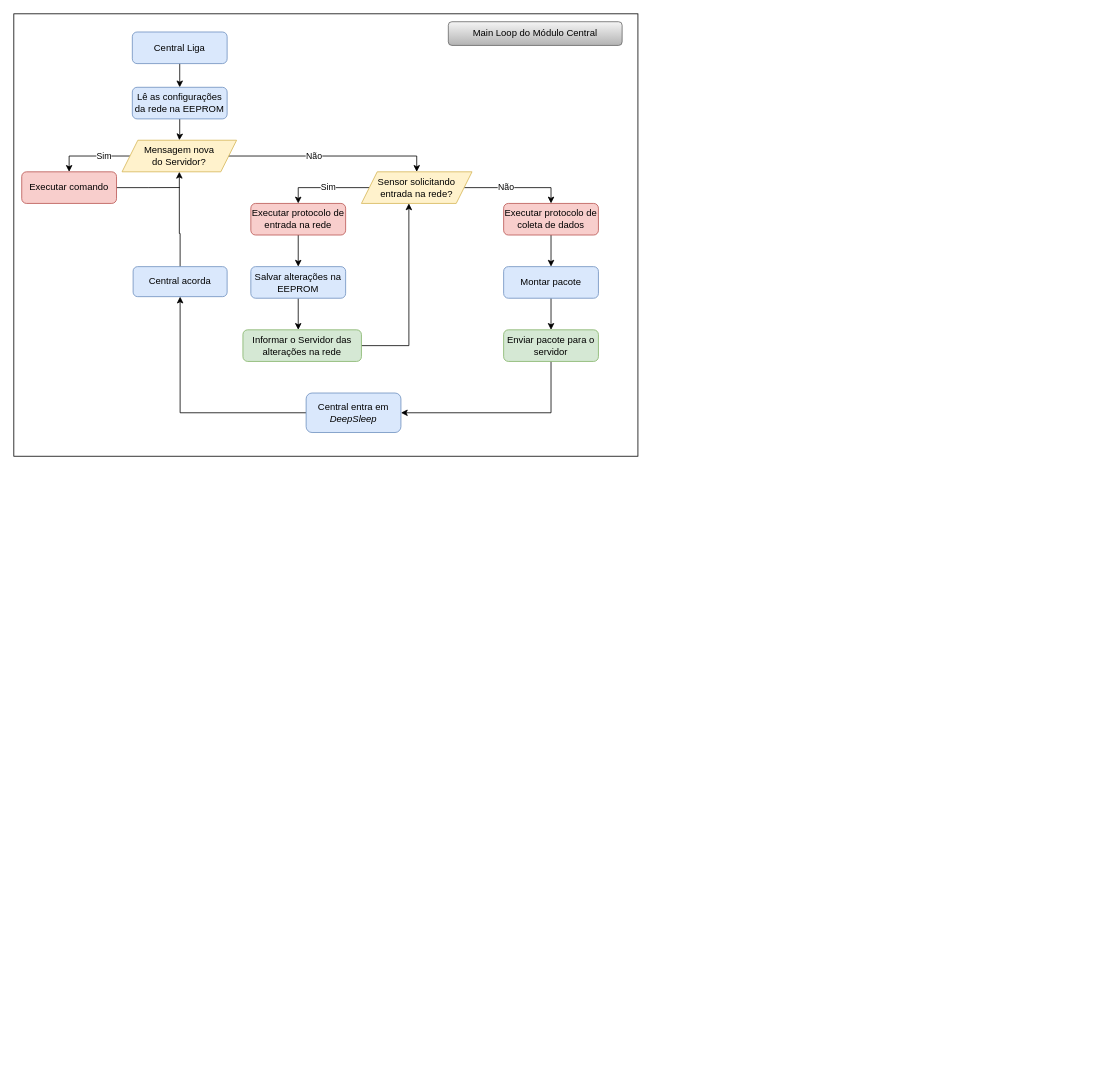
This is Images_schematics_and_stuff_im_afraid_to_lose/DrawIO TCC/Protocolo_comunicação_central.drawio from LeonardoSilvestrin/TCC, a draw.io file, before an edit. Source tidied: cells renumbered, new cells numbered last; positions are measured from the earlier drawing's top-left corner, leaving out a move shared by most shapes. Both pictures are drawn from the tidied source at 79%, with x=0, y=0 at pixel (13, 13).
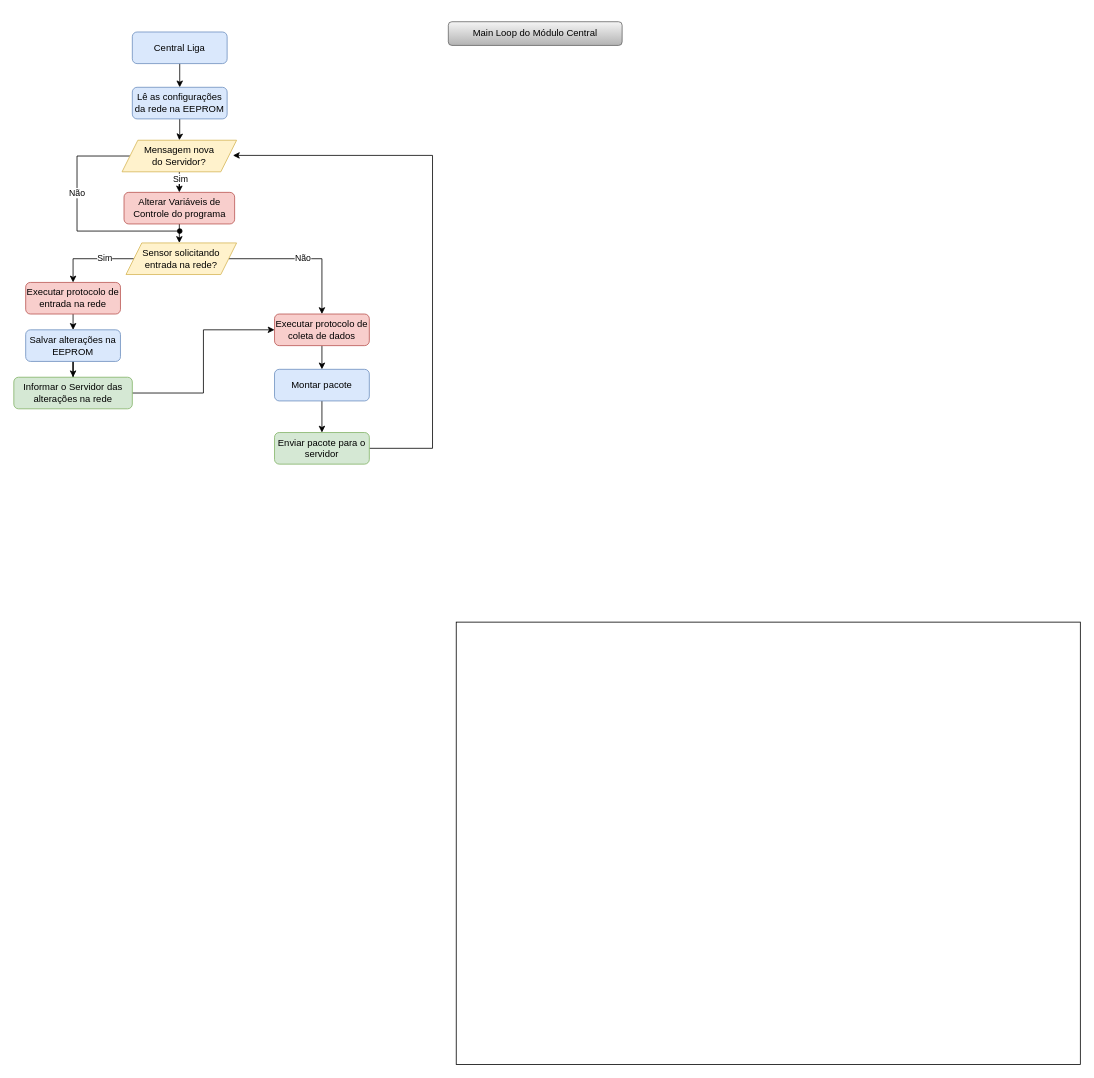
Above is the later version.

Commit message (it also covers changes not shown here):
irrigador e central comunicando corretamente

Unchanged cells that the change refers to:
```xml
<mxCell id="9" value="&lt;div&gt;Mensagem nova &lt;br&gt;&lt;/div&gt;&lt;div&gt;do Servidor?&lt;/div&gt;" style="shape=parallelogram;perimeter=parallelogramPerimeter;whiteSpace=wrap;html=1;fixedSize=1;fillColor=#fff2cc;strokeColor=#d6b656;" parent="1" vertex="1">
  <mxGeometry x="137" y="160" width="145" height="40" as="geometry" />
</mxCell>
```

The edit, as a diff of the source:
```diff
@@
     <mxCell id="2" style="rounded=0;whiteSpace=wrap;html=1;" parent="1" vertex="1">
-      <mxGeometry width="790" height="560" as="geometry" />
+      <mxGeometry x="560" y="770" width="790" height="560" as="geometry" />
     </mxCell>
@@
-    <mxCell id="7" value="Sim" style="edgeStyle=orthogonalEdgeStyle;rounded=0;jettySize=auto;html=1;entryX=0.5;entryY=0;entryDx=0;entryDy=0;exitX=0;exitY=0.5;exitDx=0;exitDy=0;" parent="1" edge="1" source="9" target="11">
-      <mxGeometry x="-0.31" relative="1" as="geometry" />
+    <mxCell id="7" style="edgeStyle=orthogonalEdgeStyle;rounded=0;jettySize=auto;html=1;entryX=0.5;entryY=0;entryDx=0;entryDy=0;" parent="1" edge="1" source="9" target="11">
+      <mxGeometry relative="1" as="geometry" />
     </mxCell>
-    <mxCell id="8" value="Não" style="edgeStyle=orthogonalEdgeStyle;rounded=0;jettySize=auto;html=1;exitX=1;exitY=0.5;exitDx=0;exitDy=0;entryX=0.5;entryY=0;entryDx=0;entryDy=0;" parent="1" edge="1" target="18">
-      <mxGeometry x="-0.11" relative="1" as="geometry">
-        <mxPoint x="264" y="185" as="sourcePoint" />
-        <Array as="points">
-          <mxPoint x="264" y="180" />
-          <mxPoint x="510" y="180" />
-        </Array>
-      </mxGeometry>
-    </mxCell>
+    <mxCell id="32" value="Sim" style="edgeLabel;html=1;align=center;verticalAlign=middle;" parent="7" vertex="1">
+      <mxGeometry x="0.25" y="1" relative="1" as="geometry">
+        <mxPoint y="2" as="offset" />
+      </mxGeometry>
+    </mxCell>
+    <mxCell id="33" value="Não" style="edgeStyle=orthogonalEdgeStyle;rounded=0;jettySize=auto;html=1;endArrow=oval;endFill=1;exitX=0;exitY=0.5;exitDx=0;exitDy=0;" parent="1" edge="1" source="9">
+      <mxGeometry x="-0.22" relative="1" as="geometry">
+        <mxPoint x="210" y="275" as="targetPoint" />
+        <Array as="points">
+          <mxPoint x="80" y="180" />
+          <mxPoint x="80" y="275" />
+        </Array>
+      </mxGeometry>
+    </mxCell>
@@
-    <mxCell id="10" style="edgeStyle=orthogonalEdgeStyle;rounded=0;jettySize=auto;html=1;exitX=1;exitY=0.5;exitDx=0;exitDy=0;endArrow=none;endFill=0;" parent="1" edge="1" source="11">
-      <mxGeometry relative="1" as="geometry">
-        <mxPoint x="210" y="219.9" as="targetPoint" />
-      </mxGeometry>
-    </mxCell>
+    <mxCell id="34" style="edgeStyle=orthogonalEdgeStyle;rounded=0;jettySize=auto;html=1;entryX=0.5;entryY=0;entryDx=0;entryDy=0;" parent="1" edge="1" source="11">
+      <mxGeometry relative="1" as="geometry">
+        <mxPoint x="209.5" y="290" as="targetPoint" />
+      </mxGeometry>
+    </mxCell>
-    <mxCell id="11" value="Executar comando" style="rounded=1;whiteSpace=wrap;html=1;fontSize=12;glass=0;strokeWidth=1;shadow=0;fillColor=#f8cecc;strokeColor=#b85450;" parent="1" vertex="1">
-      <mxGeometry x="10" y="200" width="120" height="40" as="geometry" />
+    <mxCell id="11" value="Alterar Variáveis de Controle do programa" style="rounded=1;whiteSpace=wrap;html=1;fontSize=12;glass=0;strokeWidth=1;shadow=0;fillColor=#f8cecc;strokeColor=#b85450;" parent="1" vertex="1">
+      <mxGeometry x="139.5" y="226" width="140" height="40" as="geometry" />
     </mxCell>
@@
     <mxCell id="13" value="Executar protocolo de coleta de dados" style="rounded=1;whiteSpace=wrap;html=1;fontSize=12;glass=0;strokeWidth=1;shadow=0;fillColor=#f8cecc;strokeColor=#b85450;" parent="1" vertex="1">
-      <mxGeometry x="620" y="240" width="120" height="40" as="geometry" />
+      <mxGeometry x="330" y="380" width="120" height="40" as="geometry" />
     </mxCell>
@@
     <mxCell id="15" value="Montar pacote" style="rounded=1;whiteSpace=wrap;html=1;fontSize=12;glass=0;strokeWidth=1;shadow=0;fillColor=#dae8fc;strokeColor=#6c8ebf;" parent="1" vertex="1">
-      <mxGeometry x="620" y="320" width="120" height="40" as="geometry" />
+      <mxGeometry x="330" y="450" width="120" height="40" as="geometry" />
     </mxCell>
+    <mxCell id="17" value="Sim" style="edgeStyle=orthogonalEdgeStyle;rounded=0;jettySize=auto;html=1;entryX=0.5;entryY=0;entryDx=0;entryDy=0;" parent="1" edge="1" source="18" target="22">
+      <mxGeometry x="-0.31" relative="1" as="geometry" />
+    </mxCell>
     <mxCell id="16" value="Não" style="edgeStyle=orthogonalEdgeStyle;rounded=0;jettySize=auto;html=1;exitX=1;exitY=0.5;exitDx=0;exitDy=0;entryX=0.5;entryY=0;entryDx=0;entryDy=0;" parent="1" edge="1" source="18" target="13">
-      <mxGeometry x="-0.18" relative="1" as="geometry">
-        <Array as="points">
-          <mxPoint x="680" y="220" />
-        </Array>
-      </mxGeometry>
+      <mxGeometry relative="1" as="geometry" />
     </mxCell>
-    <mxCell id="17" value="Sim" style="edgeStyle=orthogonalEdgeStyle;rounded=0;jettySize=auto;html=1;entryX=0.5;entryY=0;entryDx=0;entryDy=0;exitX=0;exitY=0.5;exitDx=0;exitDy=0;" parent="1" edge="1" source="18" target="22">
-      <mxGeometry x="-0.05" relative="1" as="geometry">
-        <Array as="points">
-          <mxPoint x="360" y="220" />
-        </Array>
-      </mxGeometry>
-    </mxCell>
     <mxCell id="18" value="Sensor solicitando entrada na rede?" style="shape=parallelogram;perimeter=parallelogramPerimeter;whiteSpace=wrap;html=1;fixedSize=1;fillColor=#fff2cc;strokeColor=#d6b656;" parent="1" vertex="1">
-      <mxGeometry x="440" y="200" width="140" height="40" as="geometry" />
+      <mxGeometry x="142" y="290" width="140" height="40" as="geometry" />
     </mxCell>
-    <mxCell id="19" style="edgeStyle=orthogonalEdgeStyle;rounded=0;jettySize=auto;html=1;entryX=1;entryY=0.5;entryDx=0;entryDy=0;" parent="1" edge="1" source="20" target="28">
-      <mxGeometry relative="1" as="geometry">
-        <Array as="points">
-          <mxPoint x="680" y="505" />
-        </Array>
-      </mxGeometry>
-    </mxCell>
+    <mxCell id="35" style="edgeStyle=orthogonalEdgeStyle;rounded=0;jettySize=auto;html=1;entryX=0.968;entryY=0.48;entryDx=0;entryDy=0;entryPerimeter=0;" parent="1" edge="1" source="20" target="9">
+      <mxGeometry relative="1" as="geometry">
+        <Array as="points">
+          <mxPoint x="530" y="550" />
+          <mxPoint x="530" y="179" />
+        </Array>
+      </mxGeometry>
+    </mxCell>
     <mxCell id="20" value="Enviar pacote para o servidor" style="rounded=1;whiteSpace=wrap;html=1;fontSize=12;glass=0;strokeWidth=1;shadow=0;fillColor=#d5e8d4;strokeColor=#82b366;" parent="1" vertex="1">
-      <mxGeometry x="620" y="400" width="120" height="40" as="geometry" />
+      <mxGeometry x="330" y="530" width="120" height="40" as="geometry" />
     </mxCell>
     <mxCell id="21" style="edgeStyle=orthogonalEdgeStyle;rounded=0;jettySize=auto;html=1;entryX=0.5;entryY=0;entryDx=0;entryDy=0;" parent="1" edge="1" source="22" target="24">
-      <mxGeometry relative="1" as="geometry" />
+      <mxGeometry relative="1" as="geometry">
+        <Array as="points">
+          <mxPoint x="75" y="390" />
+          <mxPoint x="75" y="390" />
+        </Array>
+      </mxGeometry>
     </mxCell>
     <mxCell id="22" value="Executar protocolo de entrada na rede" style="rounded=1;whiteSpace=wrap;html=1;fontSize=12;glass=0;strokeWidth=1;shadow=0;fillColor=#f8cecc;strokeColor=#b85450;" parent="1" vertex="1">
-      <mxGeometry x="300" y="240" width="120" height="40" as="geometry" />
+      <mxGeometry x="15" y="340" width="120" height="40" as="geometry" />
     </mxCell>
-    <mxCell id="23" style="edgeStyle=orthogonalEdgeStyle;rounded=0;jettySize=auto;html=1;" parent="1" edge="1" source="24">
-      <mxGeometry relative="1" as="geometry">
-        <mxPoint x="360" y="400" as="targetPoint" />
-      </mxGeometry>
+    <mxCell id="23" style="edgeStyle=orthogonalEdgeStyle;rounded=0;jettySize=auto;html=1;entryX=0.5;entryY=0;entryDx=0;entryDy=0;" parent="1" edge="1" source="24" target="26">
+      <mxGeometry relative="1" as="geometry" />
     </mxCell>
     <mxCell id="24" value="Salvar alterações na EEPROM" style="rounded=1;whiteSpace=wrap;html=1;fontSize=12;glass=0;strokeWidth=1;shadow=0;fillColor=#dae8fc;strokeColor=#6c8ebf;" parent="1" vertex="1">
-      <mxGeometry x="300" y="320" width="120" height="40" as="geometry" />
+      <mxGeometry x="15" y="400" width="120" height="40" as="geometry" />
     </mxCell>
-    <mxCell id="25" style="edgeStyle=orthogonalEdgeStyle;rounded=0;jettySize=auto;html=1;entryX=0.429;entryY=1;entryDx=0;entryDy=0;entryPerimeter=0;" parent="1" edge="1" source="26" target="18">
-      <mxGeometry relative="1" as="geometry">
-        <Array as="points">
-          <mxPoint x="500" y="420" />
-        </Array>
-      </mxGeometry>
-    </mxCell>
+    <mxCell id="36" style="edgeStyle=orthogonalEdgeStyle;rounded=0;jettySize=auto;html=1;entryX=0;entryY=0.5;entryDx=0;entryDy=0;" parent="1" edge="1" source="26" target="13">
+      <mxGeometry relative="1" as="geometry" />
+    </mxCell>
     <mxCell id="26" value="Informar o Servidor das alterações na rede" style="rounded=1;whiteSpace=wrap;html=1;fontSize=12;glass=0;strokeWidth=1;shadow=0;fillColor=#d5e8d4;strokeColor=#82b366;" parent="1" vertex="1">
-      <mxGeometry x="290" y="400" width="150" height="40" as="geometry" />
+      <mxGeometry y="460" width="150" height="40" as="geometry" />
     </mxCell>
-    <mxCell id="27" style="edgeStyle=orthogonalEdgeStyle;rounded=0;jettySize=auto;html=1;entryX=0.5;entryY=1;entryDx=0;entryDy=0;" parent="1" edge="1" source="28" target="30">
-      <mxGeometry relative="1" as="geometry" />
-    </mxCell>
-    <mxCell id="28" value="Central entra em &lt;i&gt;DeepSleep&lt;/i&gt;" style="rounded=1;whiteSpace=wrap;html=1;fontSize=12;glass=0;strokeWidth=1;shadow=0;fillColor=#dae8fc;strokeColor=#6c8ebf;" parent="1" vertex="1">
-      <mxGeometry x="370" y="480" width="120" height="50" as="geometry" />
-    </mxCell>
-    <mxCell id="29" style="edgeStyle=orthogonalEdgeStyle;rounded=0;jettySize=auto;html=1;entryX=0.5;entryY=1;entryDx=0;entryDy=0;" parent="1" edge="1" source="30" target="9">
-      <mxGeometry relative="1" as="geometry">
-        <Array as="points">
-          <mxPoint x="210" y="278" />
-        </Array>
-      </mxGeometry>
-    </mxCell>
-    <mxCell id="30" value="Central acorda" style="rounded=1;whiteSpace=wrap;html=1;fontSize=12;glass=0;strokeWidth=1;shadow=0;fillColor=#dae8fc;strokeColor=#6c8ebf;" parent="1" vertex="1">
-      <mxGeometry x="151" y="320" width="119" height="38" as="geometry" />
-    </mxCell>
```
